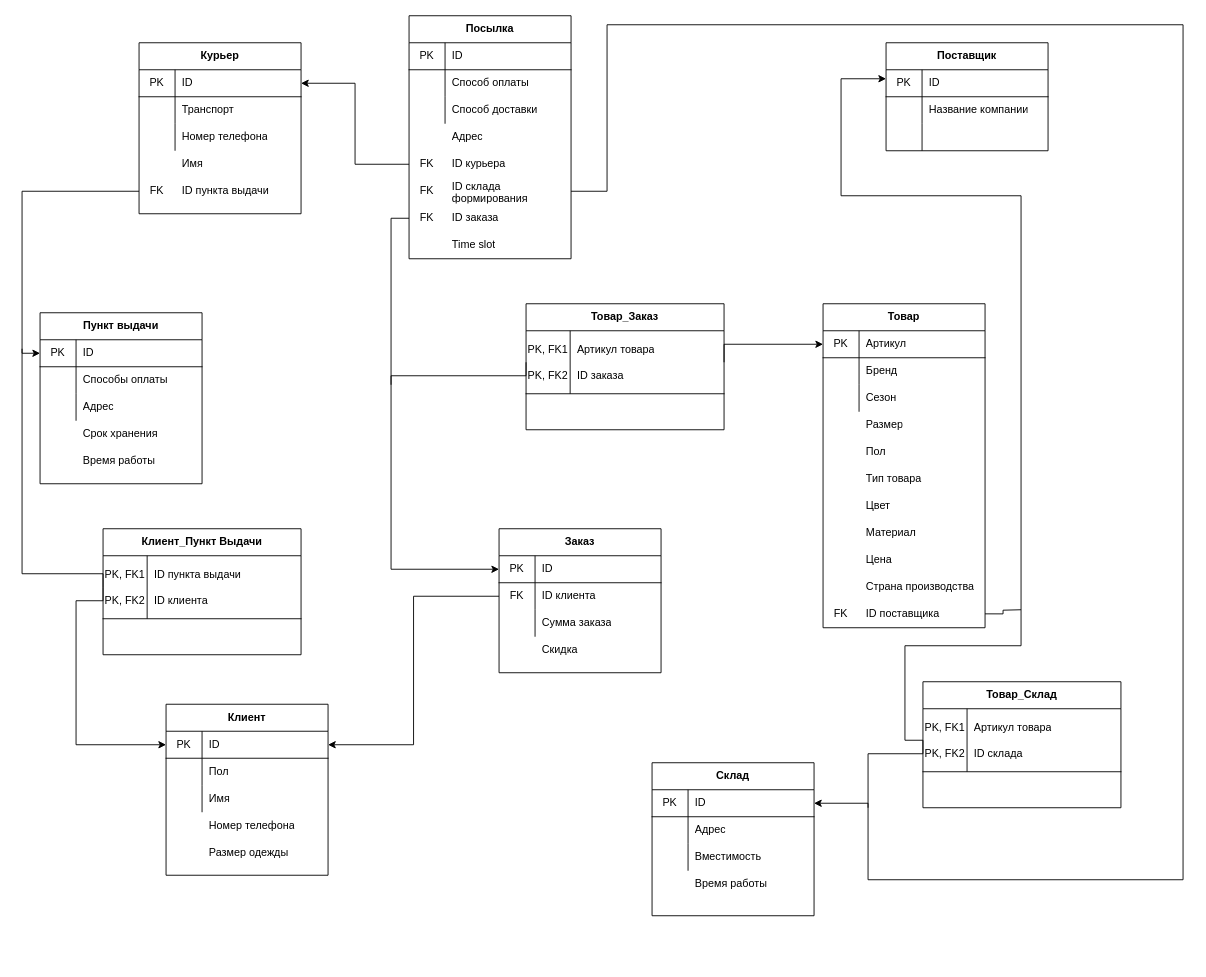
The draw.io diagram tr.drawio in sweetd0ve/DBMS-project, before the edit. Source tidied: cells renumbered, new cells numbered last; positions are measured from the earlier drawing's top-left corner, leaving out a move shared by most shapes. Both pictures are drawn from the tidied source at 90%, with x=0, y=0 at pixel (22, 15).
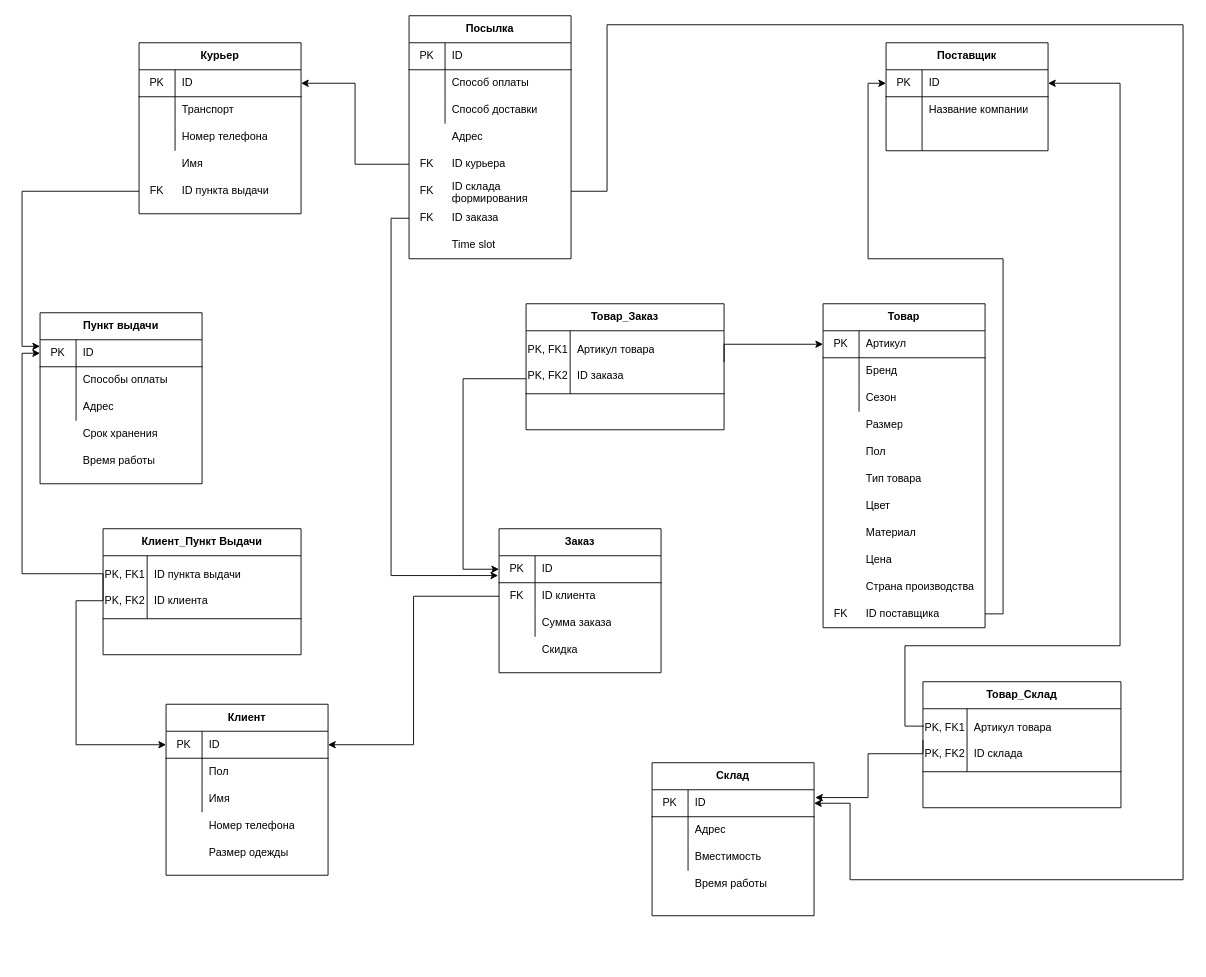
The same page after the edit.

Unchanged cells that the change refers to:
```xml
<mxCell id="16" style="shape=partialRectangle;html=1;whiteSpace=wrap;fillColor=none;top=0;left=0;bottom=0;right=0;points=[[0,0.5],[1,0.5]];portConstraint=eastwest;" parent="2" vertex="1">
  <mxGeometry y="150" width="180" height="30" as="geometry" />
</mxCell>
<mxCell id="30" style="shape=partialRectangle;html=1;whiteSpace=wrap;fillColor=none;top=0;left=0;bottom=0;right=0;points=[[0,0.5],[1,0.5]];portConstraint=eastwest;" parent="19" vertex="1">
  <mxGeometry y="180" width="180" height="30" as="geometry" />
</mxCell>
<mxCell id="39" style="shape=partialRectangle;html=1;whiteSpace=wrap;fillColor=none;top=0;left=0;bottom=0;right=0;points=[[0,0.5],[1,0.5]];portConstraint=eastwest;" parent="19" vertex="1">
  <mxGeometry y="210" width="180" height="30" as="geometry" />
</mxCell>
<mxCell id="77" style="shape=partialRectangle;html=1;whiteSpace=wrap;fillColor=none;top=0;left=0;bottom=0;right=0;points=[[0,0.5],[1,0.5]];portConstraint=eastwest;" parent="45" vertex="1">
  <mxGeometry y="330" width="180" height="29.1" as="geometry" />
</mxCell>
<mxCell id="83" style="shape=partialRectangle;html=1;whiteSpace=wrap;fillColor=none;top=0;left=0;bottom=1;right=0;points=[[0,0.5],[1,0.5]];portConstraint=eastwest;" parent="82" vertex="1">
  <mxGeometry y="30" width="180" height="30" as="geometry" />
</mxCell>
<mxCell id="95" style="shape=partialRectangle;html=1;whiteSpace=wrap;fillColor=none;top=0;left=0;bottom=1;right=0;points=[[0,0.5],[1,0.5]];portConstraint=eastwest;" parent="94" vertex="1">
  <mxGeometry y="30" width="180" height="30" as="geometry" />
</mxCell>
<mxCell id="128" style="shape=partialRectangle;html=1;whiteSpace=wrap;fillColor=none;top=0;left=0;bottom=1;right=0;points=[[0,0.5],[1,0.5]];portConstraint=eastwest;" parent="127" vertex="1">
  <mxGeometry y="30" width="180" height="30" as="geometry" />
</mxCell>
<mxCell id="148" style="shape=partialRectangle;html=1;whiteSpace=wrap;fillColor=none;top=0;left=0;bottom=1;right=0;points=[[0,0.5],[1,0.5]];portConstraint=eastwest;" parent="147" vertex="1">
  <mxGeometry y="30" width="180" height="30" as="geometry" />
</mxCell>
<mxCell id="162" style="shape=partialRectangle;html=1;whiteSpace=wrap;fillColor=none;top=0;left=0;bottom=1;right=0;points=[[0,0.5],[1,0.5]];portConstraint=eastwest;" parent="161" vertex="1">
  <mxGeometry y="30" width="220" height="70" as="geometry" />
</mxCell>
<mxCell id="166" style="shape=partialRectangle;html=1;whiteSpace=wrap;fillColor=none;top=0;left=0;bottom=1;right=0;points=[[0,0.5],[1,0.5]];portConstraint=eastwest;" parent="165" vertex="1">
  <mxGeometry y="30" width="220" height="70" as="geometry" />
</mxCell>
<mxCell id="171" style="shape=partialRectangle;html=1;whiteSpace=wrap;fillColor=none;top=0;left=0;bottom=1;right=0;points=[[0,0.5],[1,0.5]];portConstraint=eastwest;" parent="170" vertex="1">
  <mxGeometry y="30" width="220" height="70" as="geometry" />
</mxCell>
```

The edit, as a diff of the source:
```diff
@@
-    <mxCell id="174" style="edgeStyle=orthogonalEdgeStyle;rounded=0;jettySize=auto;html=1;exitX=0;exitY=0.5;exitDx=0;exitDy=0;entryX=0;entryY=0.5;entryDx=0;entryDy=0;" parent="1" edge="1" source="16" target="128">
+    <mxCell id="174" style="edgeStyle=orthogonalEdgeStyle;rounded=0;jettySize=auto;html=1;exitX=0;exitY=0.5;exitDx=0;exitDy=0;entryX=0;entryY=0.244;entryDx=0;entryDy=0;entryPerimeter=0;" parent="1" edge="1" source="16" target="128">
       <mxGeometry relative="1" as="geometry" />
     </mxCell>
@@
     <mxCell id="176" style="edgeStyle=orthogonalEdgeStyle;rounded=0;jettySize=auto;html=1;exitX=1;exitY=0.5;exitDx=0;exitDy=0;entryX=1;entryY=0.5;entryDx=0;entryDy=0;" parent="1" edge="1" source="30" target="148">
       <mxGeometry relative="1" as="geometry">
         <Array as="points">
           <mxPoint x="650" y="195" />
           <mxPoint x="650" y="10" />
           <mxPoint x="1290" y="10" />
           <mxPoint x="1290" y="960" />
-          <mxPoint x="940" y="960" />
-          <mxPoint x="940" y="875" />
+          <mxPoint x="920" y="960" />
+          <mxPoint x="920" y="875" />
         </Array>
       </mxGeometry>
     </mxCell>
-    <mxCell id="177" style="edgeStyle=orthogonalEdgeStyle;rounded=0;jettySize=auto;html=1;exitX=0;exitY=0.5;exitDx=0;exitDy=0;entryX=0;entryY=0.5;entryDx=0;entryDy=0;" parent="1" edge="1" source="39" target="95">
-      <mxGeometry relative="1" as="geometry" />
+    <mxCell id="177" style="edgeStyle=orthogonalEdgeStyle;rounded=0;jettySize=auto;html=1;exitX=0;exitY=0.5;exitDx=0;exitDy=0;" parent="1" edge="1" source="39">
+      <mxGeometry relative="1" as="geometry">
+        <mxPoint x="529" y="622" as="targetPoint" />
+        <Array as="points">
+          <mxPoint x="410" y="225" />
+          <mxPoint x="410" y="622" />
+        </Array>
+      </mxGeometry>
     </mxCell>
@@
-    <mxCell id="180" style="edgeStyle=orthogonalEdgeStyle;rounded=0;jettySize=auto;html=1;exitX=0;exitY=0.5;exitDx=0;exitDy=0;endArrow=none;endFill=0;" parent="1" edge="1" source="166">
+    <mxCell id="180" style="edgeStyle=orthogonalEdgeStyle;rounded=0;jettySize=auto;html=1;exitX=0;exitY=0.5;exitDx=0;exitDy=0;endArrow=classic;endFill=1;entryX=1.007;entryY=0.289;entryDx=0;entryDy=0;entryPerimeter=0;" parent="1" edge="1" source="166" target="148">
       <mxGeometry relative="1" as="geometry">
-        <mxPoint x="940" y="880" as="targetPoint" />
         <Array as="points">
           <mxPoint x="1001" y="820" />
           <mxPoint x="940" y="820" />
+          <mxPoint x="940" y="869" />
         </Array>
       </mxGeometry>
     </mxCell>
-    <mxCell id="181" style="edgeStyle=orthogonalEdgeStyle;rounded=0;jettySize=auto;html=1;exitX=0;exitY=0.5;exitDx=0;exitDy=0;endArrow=classic;endFill=1;" parent="1" edge="1" source="166">
+    <mxCell id="181" style="edgeStyle=orthogonalEdgeStyle;rounded=0;jettySize=auto;html=1;exitX=0.005;exitY=0.276;exitDx=0;exitDy=0;endArrow=classic;endFill=1;exitPerimeter=0;entryX=1;entryY=0.5;entryDx=0;entryDy=0;" parent="1" edge="1" source="166" target="83">
       <mxGeometry relative="1" as="geometry">
-        <mxPoint x="960" y="70" as="targetPoint" />
         <Array as="points">
-          <mxPoint x="981" y="805" />
+          <mxPoint x="981" y="789" />
           <mxPoint x="981" y="700" />
-          <mxPoint x="1110" y="700" />
-          <mxPoint x="1110" y="200" />
-          <mxPoint x="910" y="200" />
-          <mxPoint x="910" y="70" />
-          <mxPoint x="960" y="70" />
+          <mxPoint x="1220" y="700" />
+          <mxPoint x="1220" y="75" />
         </Array>
       </mxGeometry>
     </mxCell>
@@
-    <mxCell id="183" style="edgeStyle=orthogonalEdgeStyle;rounded=0;jettySize=auto;html=1;exitX=0;exitY=0.5;exitDx=0;exitDy=0;endArrow=none;endFill=0;" parent="1" edge="1" source="171">
+    <mxCell id="183" style="edgeStyle=orthogonalEdgeStyle;rounded=0;jettySize=auto;html=1;exitX=0;exitY=0.5;exitDx=0;exitDy=0;endArrow=classic;endFill=1;entryX=0;entryY=0.5;entryDx=0;entryDy=0;" parent="1" edge="1" source="171" target="128">
       <mxGeometry relative="1" as="geometry">
-        <mxPoint y="370" as="targetPoint" />
         <Array as="points">
           <mxPoint x="90" y="620" />
           <mxPoint y="620" />
+          <mxPoint y="375" />
         </Array>
       </mxGeometry>
     </mxCell>
-    <mxCell id="184" style="edgeStyle=orthogonalEdgeStyle;rounded=0;jettySize=auto;html=1;exitX=1;exitY=0.5;exitDx=0;exitDy=0;endArrow=none;endFill=0;" parent="1" edge="1" source="77">
-      <mxGeometry relative="1" as="geometry">
-        <mxPoint x="1110" y="660" as="targetPoint" />
-      </mxGeometry>
-    </mxCell>
-    <mxCell id="185" style="edgeStyle=orthogonalEdgeStyle;rounded=0;jettySize=auto;html=1;exitX=0;exitY=0.5;exitDx=0;exitDy=0;endArrow=none;endFill=0;" parent="1" edge="1" source="162">
-      <mxGeometry relative="1" as="geometry">
-        <mxPoint x="410" y="410" as="targetPoint" />
-        <Array as="points">
-          <mxPoint x="560" y="400" />
-          <mxPoint x="410" y="400" />
-        </Array>
-      </mxGeometry>
-    </mxCell>
+    <mxCell id="186" style="edgeStyle=orthogonalEdgeStyle;rounded=0;jettySize=auto;html=1;exitX=1;exitY=0.5;exitDx=0;exitDy=0;entryX=0;entryY=0.5;entryDx=0;entryDy=0;endArrow=classic;endFill=1;" parent="1" edge="1" source="77" target="83">
+      <mxGeometry relative="1" as="geometry">
+        <Array as="points">
+          <mxPoint x="1090" y="665" />
+          <mxPoint x="1090" y="270" />
+          <mxPoint x="940" y="270" />
+          <mxPoint x="940" y="75" />
+        </Array>
+      </mxGeometry>
+    </mxCell>
+    <mxCell id="187" style="edgeStyle=orthogonalEdgeStyle;rounded=0;jettySize=auto;html=1;exitX=0;exitY=0.762;exitDx=0;exitDy=0;entryX=0;entryY=0.5;entryDx=0;entryDy=0;endArrow=classic;endFill=1;exitPerimeter=0;" parent="1" edge="1" source="162" target="95">
+      <mxGeometry relative="1" as="geometry">
+        <Array as="points">
+          <mxPoint x="490" y="403" />
+          <mxPoint x="490" y="615" />
+        </Array>
+      </mxGeometry>
+    </mxCell>
```
